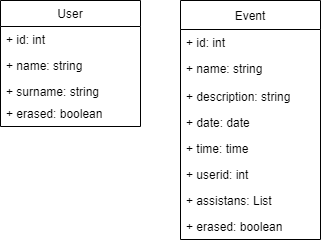
xabierdendarieta/eventplanner keeps this draw.io diagram as doc/entidades-eventplanner.png. Above is the earlier version. Source tidied: cells renumbered, new cells last; positions are measured from the earlier drawing's top-left corner, leaving out a move shared by most shapes. The source it was exported from:
```xml
<mxGraphModel>
  <root>
    <mxCell id="0" />
    <mxCell id="1" parent="0" />
    <mxCell id="2" value="User" style="swimlane;fontStyle=0;horizontal=1;startSize=26;fillColor=none;" parent="1" vertex="1">
      <mxGeometry width="140" height="126" as="geometry" />
    </mxCell>
    <mxCell id="3" value="+ id: int" style="text;strokeColor=none;fillColor=none;align=left;verticalAlign=top;spacingLeft=4;spacingRight=4;overflow=hidden;" parent="2" vertex="1">
      <mxGeometry y="26" width="140" height="26" as="geometry" />
    </mxCell>
    <mxCell id="4" value="+ name: string" style="text;strokeColor=none;fillColor=none;align=left;verticalAlign=top;spacingLeft=4;spacingRight=4;overflow=hidden;" parent="2" vertex="1">
      <mxGeometry y="52" width="140" height="26" as="geometry" />
    </mxCell>
    <mxCell id="5" value="+ surname: string" style="text;strokeColor=none;fillColor=none;align=left;verticalAlign=top;spacingLeft=4;spacingRight=4;overflow=hidden;" parent="2" vertex="1">
      <mxGeometry y="78" width="140" height="22" as="geometry" />
    </mxCell>
    <mxCell id="6" value="+ erased: boolean" style="text;strokeColor=none;fillColor=none;align=left;verticalAlign=top;spacingLeft=4;spacingRight=4;overflow=hidden;" parent="2" vertex="1">
      <mxGeometry y="100" width="140" height="26" as="geometry" />
    </mxCell>
    <mxCell id="7" value="Event" style="swimlane;fontStyle=0;horizontal=1;startSize=29;fillColor=none;" parent="1" vertex="1">
      <mxGeometry x="180" width="140" height="239" as="geometry" />
    </mxCell>
    <mxCell id="8" value="+ id: int" style="text;strokeColor=none;fillColor=none;align=left;verticalAlign=top;spacingLeft=4;spacingRight=4;overflow=hidden;" parent="7" vertex="1">
      <mxGeometry y="29" width="140" height="26" as="geometry" />
    </mxCell>
    <mxCell id="9" value="+ name: string" style="text;strokeColor=none;fillColor=none;align=left;verticalAlign=top;spacingLeft=4;spacingRight=4;overflow=hidden;" parent="7" vertex="1">
      <mxGeometry y="55" width="140" height="28" as="geometry" />
    </mxCell>
    <mxCell id="10" value="+ description: string" style="text;strokeColor=none;fillColor=none;align=left;verticalAlign=top;spacingLeft=4;spacingRight=4;overflow=hidden;" parent="7" vertex="1">
      <mxGeometry y="83" width="140" height="26" as="geometry" />
    </mxCell>
    <mxCell id="11" value="+ date: date" style="text;strokeColor=none;fillColor=none;align=left;verticalAlign=top;spacingLeft=4;spacingRight=4;overflow=hidden;" parent="7" vertex="1">
      <mxGeometry y="109" width="140" height="26" as="geometry" />
    </mxCell>
    <mxCell id="12" value="+ time: time" style="text;strokeColor=none;fillColor=none;align=left;verticalAlign=top;spacingLeft=4;spacingRight=4;overflow=hidden;" parent="7" vertex="1">
      <mxGeometry y="135" width="140" height="26" as="geometry" />
    </mxCell>
    <mxCell id="13" value="+ userid: int" style="text;strokeColor=none;fillColor=none;align=left;verticalAlign=top;spacingLeft=4;spacingRight=4;overflow=hidden;" parent="7" vertex="1">
      <mxGeometry y="161" width="140" height="26" as="geometry" />
    </mxCell>
    <mxCell id="14" value="+ assistans: List" style="text;strokeColor=none;fillColor=none;align=left;verticalAlign=top;spacingLeft=4;spacingRight=4;overflow=hidden;" parent="7" vertex="1">
      <mxGeometry y="187" width="140" height="26" as="geometry" />
    </mxCell>
    <mxCell id="15" value="+ erased: boolean" style="text;strokeColor=none;fillColor=none;align=left;verticalAlign=top;spacingLeft=4;spacingRight=4;overflow=hidden;" parent="7" vertex="1">
      <mxGeometry y="213" width="140" height="26" as="geometry" />
    </mxCell>
  </root>
</mxGraphModel>
```
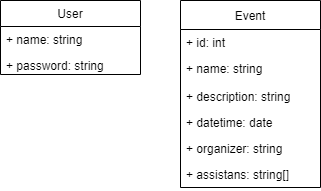
The same diagram one commit later.

Commit message:
Documento entidades a utilizar actualizado

Diff of the diagram source:
```diff
@@ -3,22 +3,16 @@
     <mxCell id="0" />
     <mxCell id="1" parent="0" />
     <mxCell id="2" value="User" style="swimlane;fontStyle=0;horizontal=1;startSize=26;fillColor=none;" parent="1" vertex="1">
-      <mxGeometry width="140" height="126" as="geometry" />
+      <mxGeometry width="140" height="74" as="geometry" />
     </mxCell>
-    <mxCell id="3" value="+ id: int" style="text;strokeColor=none;fillColor=none;align=left;verticalAlign=top;spacingLeft=4;spacingRight=4;overflow=hidden;" parent="2" vertex="1">
-      <mxGeometry y="26" width="140" height="26" as="geometry" />
-    </mxCell>
     <mxCell id="4" value="+ name: string" style="text;strokeColor=none;fillColor=none;align=left;verticalAlign=top;spacingLeft=4;spacingRight=4;overflow=hidden;" parent="2" vertex="1">
-      <mxGeometry y="52" width="140" height="26" as="geometry" />
+      <mxGeometry y="26" width="140" height="26" as="geometry" />
     </mxCell>
-    <mxCell id="5" value="+ surname: string" style="text;strokeColor=none;fillColor=none;align=left;verticalAlign=top;spacingLeft=4;spacingRight=4;overflow=hidden;" parent="2" vertex="1">
-      <mxGeometry y="78" width="140" height="22" as="geometry" />
+    <mxCell id="5" value="+ password: string" style="text;strokeColor=none;fillColor=none;align=left;verticalAlign=top;spacingLeft=4;spacingRight=4;overflow=hidden;" parent="2" vertex="1">
+      <mxGeometry y="52" width="140" height="22" as="geometry" />
     </mxCell>
-    <mxCell id="6" value="+ erased: boolean" style="text;strokeColor=none;fillColor=none;align=left;verticalAlign=top;spacingLeft=4;spacingRight=4;overflow=hidden;" parent="2" vertex="1">
-      <mxGeometry y="100" width="140" height="26" as="geometry" />
-    </mxCell>
     <mxCell id="7" value="Event" style="swimlane;fontStyle=0;horizontal=1;startSize=29;fillColor=none;" parent="1" vertex="1">
-      <mxGeometry x="180" width="140" height="239" as="geometry" />
+      <mxGeometry x="180" width="140" height="187" as="geometry" />
     </mxCell>
     <mxCell id="8" value="+ id: int" style="text;strokeColor=none;fillColor=none;align=left;verticalAlign=top;spacingLeft=4;spacingRight=4;overflow=hidden;" parent="7" vertex="1">
       <mxGeometry y="29" width="140" height="26" as="geometry" />
@@ -29,20 +23,14 @@
     <mxCell id="10" value="+ description: string" style="text;strokeColor=none;fillColor=none;align=left;verticalAlign=top;spacingLeft=4;spacingRight=4;overflow=hidden;" parent="7" vertex="1">
       <mxGeometry y="83" width="140" height="26" as="geometry" />
     </mxCell>
-    <mxCell id="11" value="+ date: date" style="text;strokeColor=none;fillColor=none;align=left;verticalAlign=top;spacingLeft=4;spacingRight=4;overflow=hidden;" parent="7" vertex="1">
+    <mxCell id="11" value="+ datetime: date" style="text;strokeColor=none;fillColor=none;align=left;verticalAlign=top;spacingLeft=4;spacingRight=4;overflow=hidden;" parent="7" vertex="1">
       <mxGeometry y="109" width="140" height="26" as="geometry" />
     </mxCell>
-    <mxCell id="12" value="+ time: time" style="text;strokeColor=none;fillColor=none;align=left;verticalAlign=top;spacingLeft=4;spacingRight=4;overflow=hidden;" parent="7" vertex="1">
-      <mxGeometry y="135" width="140" height="26" as="geometry" />
-    </mxCell>
-    <mxCell id="13" value="+ userid: int" style="text;strokeColor=none;fillColor=none;align=left;verticalAlign=top;spacingLeft=4;spacingRight=4;overflow=hidden;" parent="7" vertex="1">
-      <mxGeometry y="161" width="140" height="26" as="geometry" />
+    <mxCell id="13" value="+ organizer: string" style="text;strokeColor=none;fillColor=none;align=left;verticalAlign=top;spacingLeft=4;spacingRight=4;overflow=hidden;" parent="7" vertex="1">
+      <mxGeometry y="135" width="140" height="26" as="geometry" />
     </mxCell>
-    <mxCell id="14" value="+ assistans: List" style="text;strokeColor=none;fillColor=none;align=left;verticalAlign=top;spacingLeft=4;spacingRight=4;overflow=hidden;" parent="7" vertex="1">
-      <mxGeometry y="187" width="140" height="26" as="geometry" />
+    <mxCell id="14" value="+ assistans: string[]" style="text;strokeColor=none;fillColor=none;align=left;verticalAlign=top;spacingLeft=4;spacingRight=4;overflow=hidden;" parent="7" vertex="1">
+      <mxGeometry y="161" width="140" height="26" as="geometry" />
     </mxCell>
-    <mxCell id="15" value="+ erased: boolean" style="text;strokeColor=none;fillColor=none;align=left;verticalAlign=top;spacingLeft=4;spacingRight=4;overflow=hidden;" parent="7" vertex="1">
-      <mxGeometry y="213" width="140" height="26" as="geometry" />
-    </mxCell>
   </root>
 </mxGraphModel>
```
